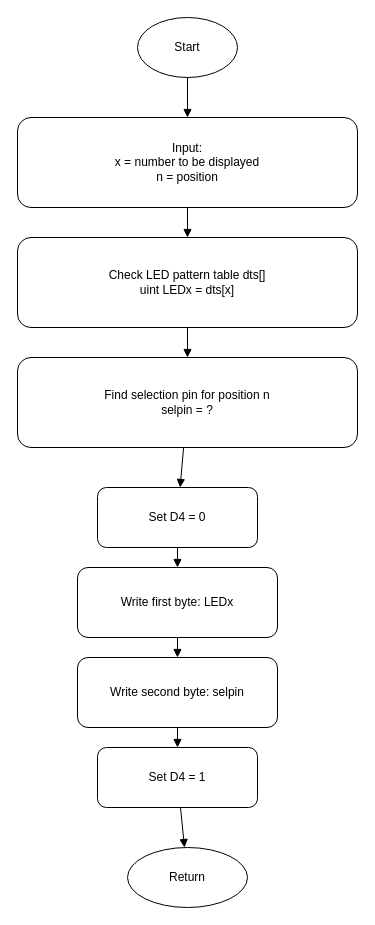
This is drawio/7Seg_Flowchart.drawio from netCIS0xD/testRepository, a draw.io file, before an edit. Source tidied: cells renumbered, new cells numbered last; positions are measured from the earlier drawing's top-left corner, leaving out a move shared by most shapes. Both pictures are drawn from the tidied source at 100%, with x=0, y=0 at pixel (17, 17).
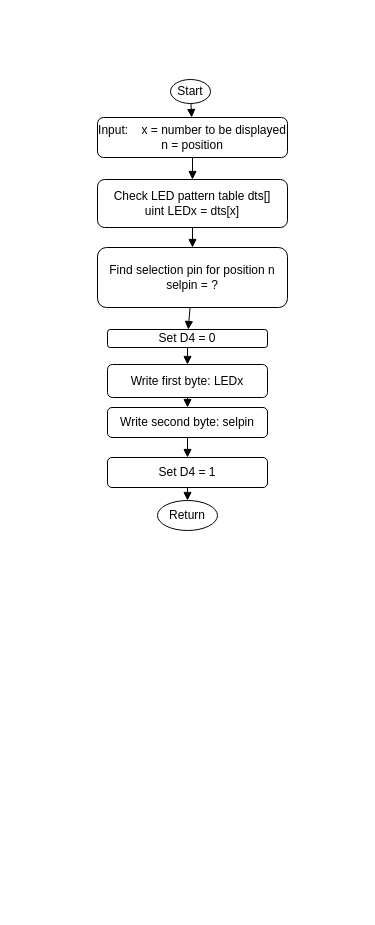
Above is the later version.

The edit, as a diff of the source:
```diff
@@
 <mxGraphModel>
   <root>
     <mxCell id="0" />
     <mxCell id="1" parent="0" />
     <mxCell id="2" value="Start" style="ellipse;whiteSpace=wrap;html=1;" parent="1" vertex="1">
-      <mxGeometry x="120" width="100" height="60" as="geometry" />
+      <mxGeometry x="153" y="62" width="40" height="24" as="geometry" />
     </mxCell>
-    <mxCell id="3" value="Input:&#10;x = number to be displayed&#10;n = position" style="rounded=1;whiteSpace=wrap;html=1;" parent="1" vertex="1">
-      <mxGeometry y="100" width="340" height="90" as="geometry" />
+    <mxCell id="3" value="Input:&amp;nbsp; &amp;nbsp; x = number to be displayed&lt;br&gt;n = position" style="rounded=1;whiteSpace=wrap;html=1;" parent="1" vertex="1">
+      <mxGeometry x="80" y="100" width="190" height="40" as="geometry" />
     </mxCell>
     <mxCell id="4" value="Check LED pattern table dts[]&#10;uint LEDx = dts[x]" style="rounded=1;whiteSpace=wrap;html=1;" parent="1" vertex="1">
-      <mxGeometry y="220" width="340" height="90" as="geometry" />
+      <mxGeometry x="80" y="162" width="190" height="48" as="geometry" />
     </mxCell>
     <mxCell id="5" value="Find selection pin for position n&#10;selpin = ?" style="rounded=1;whiteSpace=wrap;html=1;" parent="1" vertex="1">
-      <mxGeometry y="340" width="340" height="90" as="geometry" />
+      <mxGeometry x="80" y="230" width="190" height="60" as="geometry" />
     </mxCell>
     <mxCell id="6" value="Set D4 = 0" style="rounded=1;whiteSpace=wrap;html=1;" parent="1" vertex="1">
-      <mxGeometry x="80" y="470" width="160" height="60" as="geometry" />
+      <mxGeometry x="90" y="312" width="160" height="18" as="geometry" />
     </mxCell>
     <mxCell id="7" value="Write first byte: LEDx" style="rounded=1;whiteSpace=wrap;html=1;" parent="1" vertex="1">
-      <mxGeometry x="60" y="550" width="200" height="70" as="geometry" />
+      <mxGeometry x="90" y="347" width="160" height="33" as="geometry" />
     </mxCell>
     <mxCell id="8" value="Write second byte: selpin" style="rounded=1;whiteSpace=wrap;html=1;" parent="1" vertex="1">
-      <mxGeometry x="60" y="640" width="200" height="70" as="geometry" />
+      <mxGeometry x="90" y="390" width="160" height="30" as="geometry" />
     </mxCell>
     <mxCell id="9" value="Set D4 = 1" style="rounded=1;whiteSpace=wrap;html=1;" parent="1" vertex="1">
-      <mxGeometry x="80" y="730" width="160" height="60" as="geometry" />
+      <mxGeometry x="90" y="440" width="160" height="30" as="geometry" />
     </mxCell>
     <mxCell id="10" value="Return" style="ellipse;whiteSpace=wrap;html=1;" parent="1" vertex="1">
-      <mxGeometry x="110" y="830" width="120" height="60" as="geometry" />
+      <mxGeometry x="140" y="483" width="60" height="30" as="geometry" />
     </mxCell>
     <mxCell id="11" style="endArrow=block;" parent="1" edge="1" source="2" target="3">
       <mxGeometry relative="1" as="geometry" />
     </mxCell>
     <mxCell id="12" style="endArrow=block;" parent="1" edge="1" source="3" target="4">
       <mxGeometry relative="1" as="geometry" />
     </mxCell>
     <mxCell id="13" style="endArrow=block;" parent="1" edge="1" source="4" target="5">
       <mxGeometry relative="1" as="geometry" />
     </mxCell>
     <mxCell id="14" style="endArrow=block;" parent="1" edge="1" source="5" target="6">
       <mxGeometry relative="1" as="geometry" />
     </mxCell>
     <mxCell id="15" style="endArrow=block;" parent="1" edge="1" source="6" target="7">
       <mxGeometry relative="1" as="geometry" />
     </mxCell>
     <mxCell id="16" style="endArrow=block;" parent="1" edge="1" source="7" target="8">
       <mxGeometry relative="1" as="geometry" />
     </mxCell>
     <mxCell id="17" style="endArrow=block;" parent="1" edge="1" source="8" target="9">
       <mxGeometry relative="1" as="geometry" />
     </mxCell>
     <mxCell id="18" style="endArrow=block;" parent="1" edge="1" source="9" target="10">
       <mxGeometry relative="1" as="geometry" />
     </mxCell>
   </root>
 </mxGraphModel>
```
